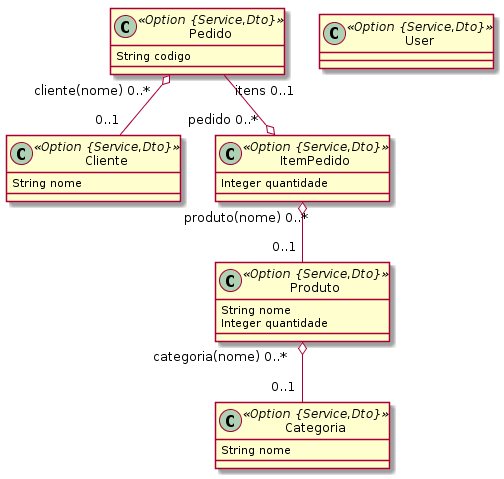
This is pedidos.png from munifgebara/generator-jhipster, a PlantUML export, as it was before one commit.
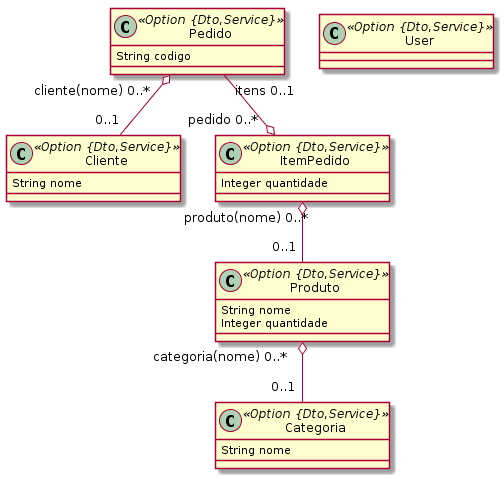
The same diagram one commit later.

What changed in the source:
```diff
@@ -1,24 +1,24 @@
 @startuml
-	class Categoria <<Option {Service,Dto}>> {
+	class Categoria <<Option {Dto,Service}>> {
 		String nome
 	}
-	class Produto <<Option {Service,Dto}>> {
+	class Produto <<Option {Dto,Service}>> {
 		String nome
 		Integer quantidade
 	}
-	class Cliente <<Option {Service,Dto}>> {
+	class Cliente <<Option {Dto,Service}>> {
 		String nome
 	}
-	class Pedido <<Option {Service,Dto}>> {
+	class Pedido <<Option {Dto,Service}>> {
 		String codigo
 	}
-	class ItemPedido <<Option {Service,Dto}>> {
+	class ItemPedido <<Option {Dto,Service}>> {
 		Integer quantidade
 	}
 	Produto  "categoria(nome) 0..* " o-- "0..1 "  Categoria
 	Pedido  "cliente(nome) 0..* " o-- "0..1 "  Cliente
 	ItemPedido  "produto(nome) 0..* " o-- "0..1 "  Produto
 	Pedido  "itens 0..1 " --o "pedido 0..* "  ItemPedido
-	class User <<Option {Service,Dto}>> {
+	class User <<Option {Dto,Service}>> {
 	}
 @enduml
```
